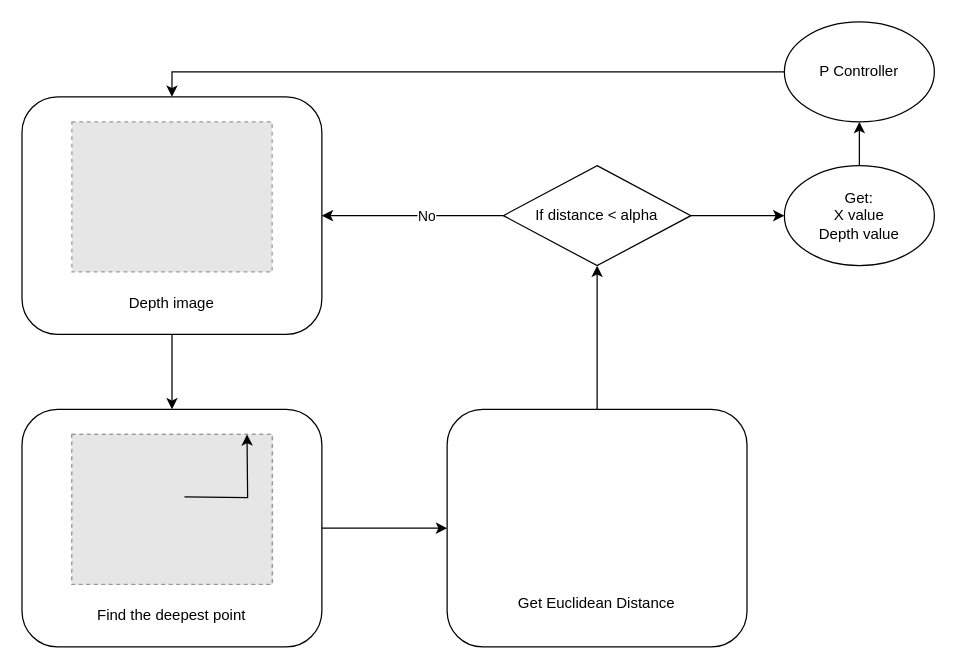
The draw.io diagram RCJ_pcms_base/plots/PointPersonFollower.drawio in FablabHome/The_Essense_of_the_Grey_Region, before the edit. Source tidied: cells renumbered, new cells numbered last; positions are measured from the earlier drawing's top-left corner, leaving out a move shared by most shapes. Both pictures are drawn from the tidied source at 125%, with x=0, y=0 at pixel (21, 21). Pictures stored in the file or linked from it are replaced by grey dashed boxes.
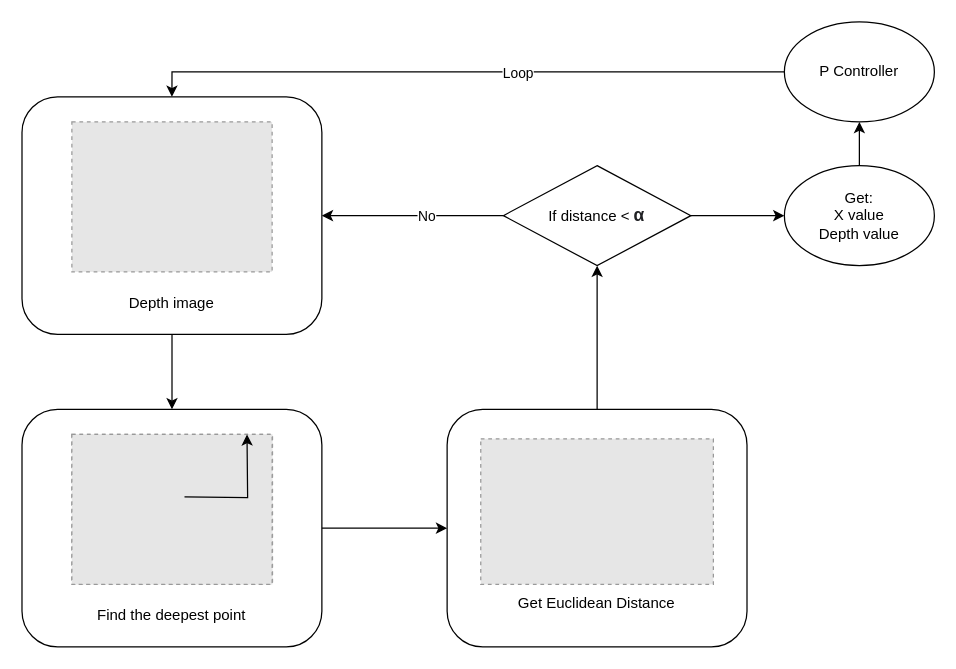
The same diagram, later.

The change refers to these unchanged cells:
```xml
<mxCell id="21" style="edgeStyle=orthogonalEdgeStyle;rounded=0;jettySize=auto;html=1;entryX=0.5;entryY=0;entryDx=0;entryDy=0;" parent="1" edge="1" source="22" target="6">
  <mxGeometry relative="1" as="geometry" />
</mxCell>
```

The edit, as a diff of the source:
```diff
@@
+    <mxCell id="6" style="rounded=1;whiteSpace=wrap;html=1;fillColor=none;" parent="1" vertex="1">
+      <mxGeometry x="0.1" y="60" width="239.9" height="190" as="geometry" />
+    </mxCell>
@@
-    <mxCell id="6" style="rounded=1;whiteSpace=wrap;html=1;fillColor=none;" parent="1" vertex="1">
-      <mxGeometry x="0.1" y="60" width="239.9" height="190" as="geometry" />
-    </mxCell>
@@
-    <mxCell id="18" value="If distance &amp;lt; alpha" style="rhombus;whiteSpace=wrap;html=1;fillColor=none;" parent="1" vertex="1">
+    <mxCell id="18" value="If distance &amp;lt;&amp;nbsp;&lt;b style=&quot;color: rgb(32 , 33 , 36) ; font-family: &amp;#34;arial&amp;#34; , sans-serif ; font-size: 14px ; text-align: left ; background-color: rgb(255 , 255 , 255)&quot;&gt;α&lt;/b&gt;" style="rhombus;whiteSpace=wrap;html=1;fillColor=none;" parent="1" vertex="1">
       <mxGeometry x="385.2" y="115" width="150" height="80" as="geometry" />
     </mxCell>
@@
+    <mxCell id="23" value="Loop" style="edgeLabel;html=1;align=center;verticalAlign=middle;" parent="21" vertex="1">
+      <mxGeometry x="-0.16" y="4" relative="1" as="geometry">
+        <mxPoint y="-4" as="offset" />
+      </mxGeometry>
+    </mxCell>
@@
+    <mxCell id="24" style="fillColor=#E6E6E6;strokeColor=#999999;dashed=1;verticalLabelPosition=bottom;labelBackgroundColor=#ffffff;verticalAlign=top;" parent="1" vertex="1">
+      <mxGeometry x="367.1" y="333.5" width="186.1" height="116.5" as="geometry" />
+    </mxCell>
```
